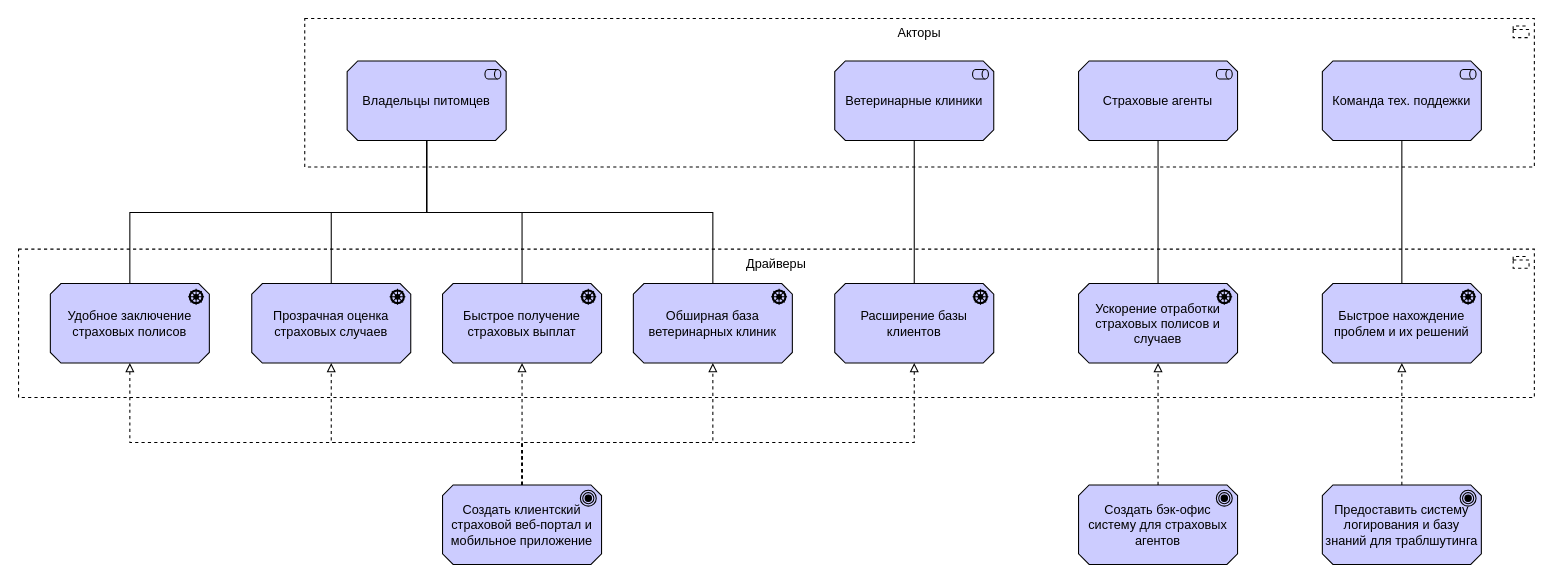
This is pet_insurance_sample_project.drawio from SergiusAC/drawio, a draw.io file, before an edit. Source tidied: cells renumbered, new cells numbered last; positions are measured from the earlier drawing's top-left corner, leaving out a move shared by most shapes. Both pictures are drawn from the tidied source at 106%, with x=0, y=0 at pixel (18, 18).
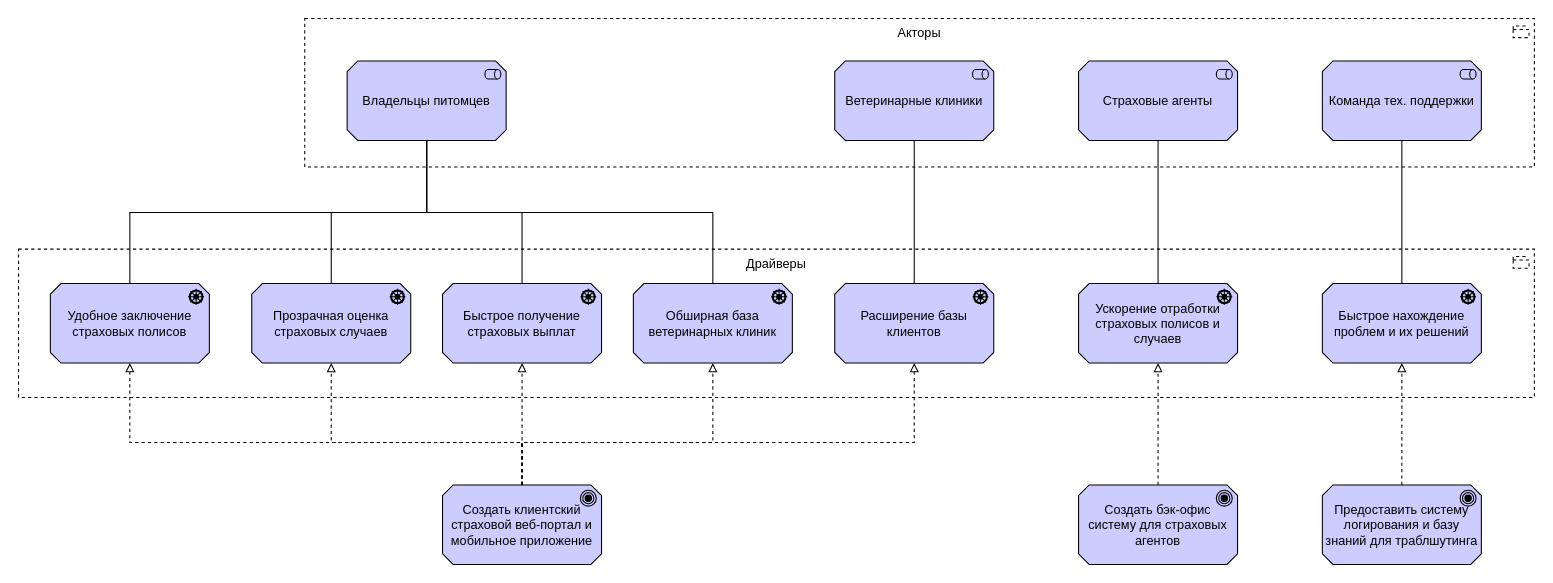
Above is the later version.

What changed in the source:
```diff
@@
-    <mxCell id="7" value="Команда тех. поддежки" style="html=1;outlineConnect=0;whiteSpace=wrap;fillColor=#CCCCFF;shape=mxgraph.archimate3.application;appType=role;archiType=oct;" parent="1" vertex="1">
+    <mxCell id="7" value="Команда тех. поддержки" style="html=1;outlineConnect=0;whiteSpace=wrap;fillColor=#CCCCFF;shape=mxgraph.archimate3.application;appType=role;archiType=oct;" parent="1" vertex="1">
       <mxGeometry x="1230" y="40" width="150" height="75" as="geometry" />
     </mxCell>
```
